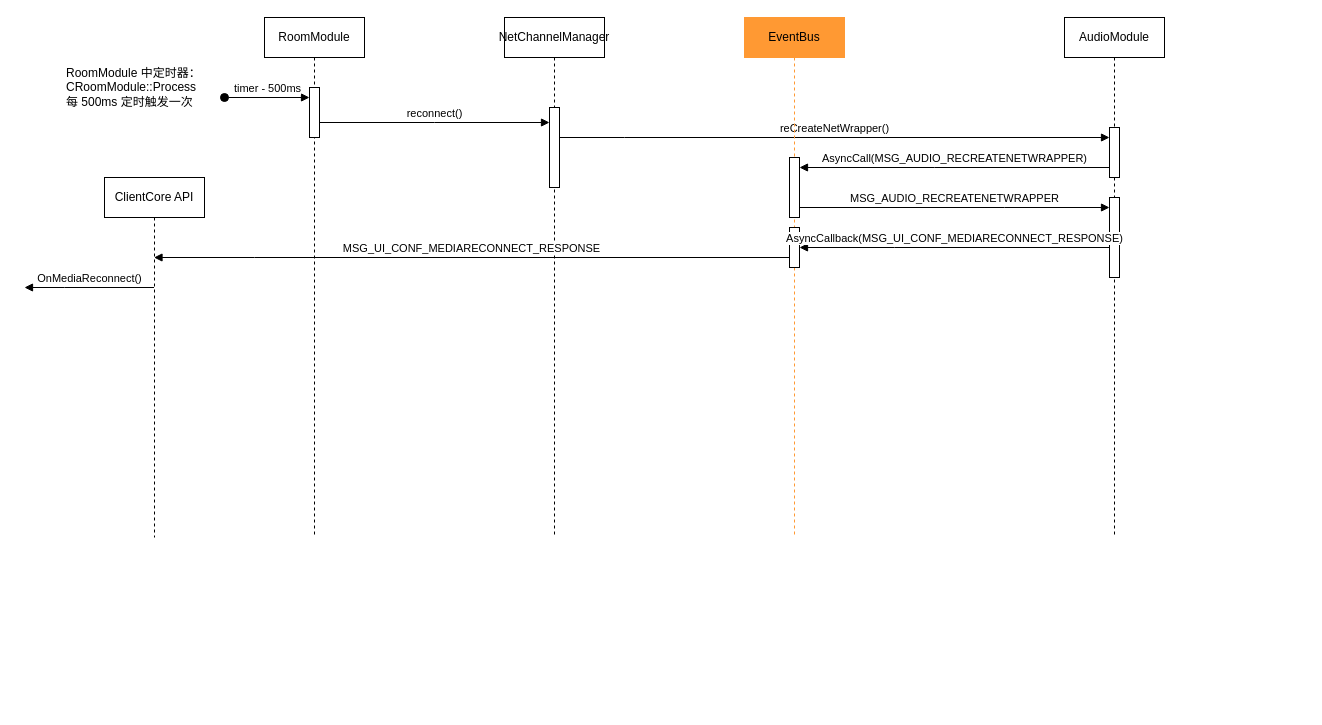
The draw.io diagram audio-reconnect.drawio in cnnop007/arch-docs, before the edit. Source tidied: cells renumbered, new cells numbered last; positions are measured from the earlier drawing's top-left corner, leaving out a move shared by most shapes. Both pictures are drawn from the tidied source at 100%, with x=0, y=0 at pixel (24, 17).
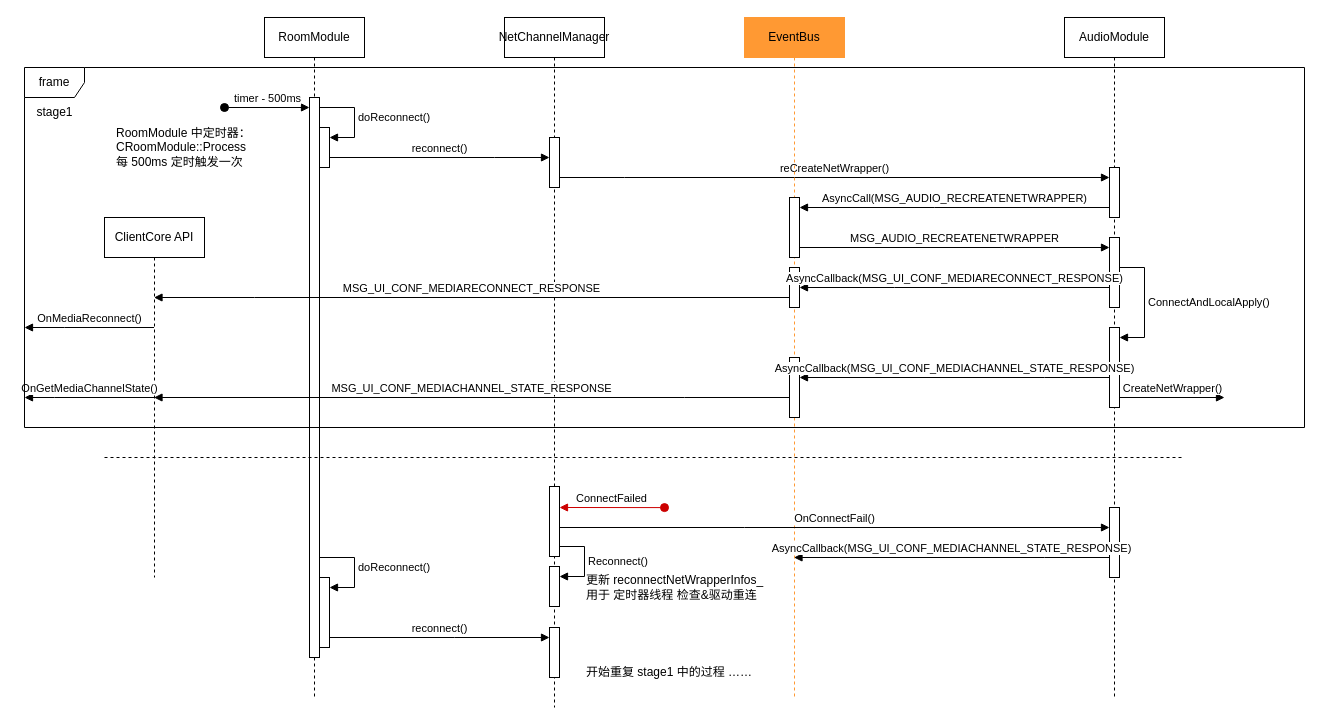
Above is the later version.

Change to the diagram source:
```diff
@@
     <mxCell id="2" value="RoomModule" style="shape=umlLifeline;perimeter=lifelinePerimeter;whiteSpace=wrap;html=1;newEdgeStyle={&quot;edgeStyle&quot;:&quot;elbowEdgeStyle&quot;,&quot;elbow&quot;:&quot;vertical&quot;,&quot;curved&quot;:0,&quot;rounded&quot;:0};" parent="1" vertex="1">
-      <mxGeometry x="240" width="100" height="520" as="geometry" />
+      <mxGeometry x="240" width="100" height="680" as="geometry" />
     </mxCell>
     <mxCell id="3" style="html=1;points=[];perimeter=orthogonalPerimeter;outlineConnect=0;targetShapes=umlLifeline;portConstraint=eastwest;newEdgeStyle={&quot;edgeStyle&quot;:&quot;elbowEdgeStyle&quot;,&quot;elbow&quot;:&quot;vertical&quot;,&quot;curved&quot;:0,&quot;rounded&quot;:0};" parent="2" vertex="1">
-      <mxGeometry x="45" y="70" width="10" height="50" as="geometry" />
+      <mxGeometry x="45" y="80" width="10" height="560" as="geometry" />
     </mxCell>
+    <mxCell id="22" style="html=1;points=[];perimeter=orthogonalPerimeter;outlineConnect=0;targetShapes=umlLifeline;portConstraint=eastwest;newEdgeStyle={&quot;edgeStyle&quot;:&quot;elbowEdgeStyle&quot;,&quot;elbow&quot;:&quot;vertical&quot;,&quot;curved&quot;:0,&quot;rounded&quot;:0};" parent="2" vertex="1">
+      <mxGeometry x="55" y="110" width="10" height="40" as="geometry" />
+    </mxCell>
+    <mxCell id="23" value="doReconnect()" style="html=1;align=left;spacingLeft=2;endArrow=block;rounded=0;edgeStyle=orthogonalEdgeStyle;curved=0;rounded=0;" parent="2" edge="1" source="3" target="22">
+      <mxGeometry relative="1" as="geometry">
+        <Array as="points">
+          <mxPoint x="90" y="90" />
+          <mxPoint x="90" y="120" />
+        </Array>
+      </mxGeometry>
+    </mxCell>
+    <mxCell id="24" style="html=1;points=[];perimeter=orthogonalPerimeter;outlineConnect=0;targetShapes=umlLifeline;portConstraint=eastwest;newEdgeStyle={&quot;edgeStyle&quot;:&quot;elbowEdgeStyle&quot;,&quot;elbow&quot;:&quot;vertical&quot;,&quot;curved&quot;:0,&quot;rounded&quot;:0};" parent="2" vertex="1">
+      <mxGeometry x="55" y="560" width="10" height="70" as="geometry" />
+    </mxCell>
+    <mxCell id="25" value="doReconnect()" style="html=1;align=left;spacingLeft=2;endArrow=block;rounded=0;edgeStyle=orthogonalEdgeStyle;curved=0;rounded=0;" parent="2" edge="1" source="3" target="24">
+      <mxGeometry relative="1" as="geometry">
+        <Array as="points">
+          <mxPoint x="90" y="540" />
+          <mxPoint x="90" y="570" />
+        </Array>
+      </mxGeometry>
+    </mxCell>
-    <mxCell id="4" value="timer - 500ms" style="html=1;verticalAlign=bottom;startArrow=oval;startFill=1;endArrow=block;startSize=8;edgeStyle=elbowEdgeStyle;elbow=vertical;curved=0;rounded=0;" parent="1" edge="1" target="3">
+    <mxCell id="4" value="timer - 500ms" style="html=1;verticalAlign=bottom;startArrow=oval;startFill=1;endArrow=block;startSize=8;edgeStyle=elbowEdgeStyle;elbow=vertical;curved=0;rounded=0;" parent="1" edge="1">
       <mxGeometry relative="1" as="geometry">
-        <mxPoint x="200" y="80" as="sourcePoint" />
+        <mxPoint x="200" y="90" as="sourcePoint" />
+        <mxPoint x="285" y="90" as="targetPoint" />
+        <Array as="points">
+          <mxPoint x="280" y="90" />
+          <mxPoint x="270" y="100" />
+          <mxPoint x="210" y="140" />
+        </Array>
       </mxGeometry>
     </mxCell>
     <mxCell id="5" value="RoomModule 中定时器：&lt;br&gt;CRoomModule::Process&lt;br&gt;每 500ms 定时触发一次" style="text;html=1;align=left;verticalAlign=middle;strokeColor=none;fillColor=none;" parent="1" vertex="1">
-      <mxGeometry x="40" y="40" width="160" height="60" as="geometry" />
+      <mxGeometry x="90" y="100" width="160" height="60" as="geometry" />
     </mxCell>
     <mxCell id="6" value="NetChannelManager" style="shape=umlLifeline;perimeter=lifelinePerimeter;whiteSpace=wrap;html=1;newEdgeStyle={&quot;edgeStyle&quot;:&quot;elbowEdgeStyle&quot;,&quot;elbow&quot;:&quot;vertical&quot;,&quot;curved&quot;:0,&quot;rounded&quot;:0};" parent="1" vertex="1">
-      <mxGeometry x="480" width="100" height="520" as="geometry" />
+      <mxGeometry x="480" width="100" height="690" as="geometry" />
     </mxCell>
     <mxCell id="7" style="html=1;points=[];perimeter=orthogonalPerimeter;outlineConnect=0;targetShapes=umlLifeline;portConstraint=eastwest;newEdgeStyle={&quot;edgeStyle&quot;:&quot;elbowEdgeStyle&quot;,&quot;elbow&quot;:&quot;vertical&quot;,&quot;curved&quot;:0,&quot;rounded&quot;:0};" parent="6" vertex="1">
-      <mxGeometry x="45" y="90" width="10" height="80" as="geometry" />
+      <mxGeometry x="45" y="120" width="10" height="50" as="geometry" />
     </mxCell>
+    <mxCell id="26" style="html=1;points=[];perimeter=orthogonalPerimeter;outlineConnect=0;targetShapes=umlLifeline;portConstraint=eastwest;newEdgeStyle={&quot;edgeStyle&quot;:&quot;elbowEdgeStyle&quot;,&quot;elbow&quot;:&quot;vertical&quot;,&quot;curved&quot;:0,&quot;rounded&quot;:0};" parent="6" vertex="1">
+      <mxGeometry x="45" y="469" width="10" height="70" as="geometry" />
+    </mxCell>
+    <mxCell id="27" style="html=1;points=[];perimeter=orthogonalPerimeter;outlineConnect=0;targetShapes=umlLifeline;portConstraint=eastwest;newEdgeStyle={&quot;edgeStyle&quot;:&quot;elbowEdgeStyle&quot;,&quot;elbow&quot;:&quot;vertical&quot;,&quot;curved&quot;:0,&quot;rounded&quot;:0};" parent="6" vertex="1">
+      <mxGeometry x="45" y="549" width="10" height="40" as="geometry" />
+    </mxCell>
+    <mxCell id="28" value="Reconnect()" style="html=1;align=left;spacingLeft=2;endArrow=block;rounded=0;edgeStyle=orthogonalEdgeStyle;curved=0;rounded=0;" parent="6" edge="1" source="26" target="27">
+      <mxGeometry relative="1" as="geometry">
+        <Array as="points">
+          <mxPoint x="80" y="529" />
+          <mxPoint x="80" y="559" />
+        </Array>
+      </mxGeometry>
+    </mxCell>
+    <mxCell id="29" style="html=1;points=[];perimeter=orthogonalPerimeter;outlineConnect=0;targetShapes=umlLifeline;portConstraint=eastwest;newEdgeStyle={&quot;edgeStyle&quot;:&quot;elbowEdgeStyle&quot;,&quot;elbow&quot;:&quot;vertical&quot;,&quot;curved&quot;:0,&quot;rounded&quot;:0};" parent="6" vertex="1">
+      <mxGeometry x="45" y="610" width="10" height="50" as="geometry" />
+    </mxCell>
-    <mxCell id="8" value="reconnect()" style="html=1;verticalAlign=bottom;endArrow=block;edgeStyle=elbowEdgeStyle;elbow=vertical;curved=0;rounded=0;" parent="1" edge="1" source="3" target="7">
-      <mxGeometry relative="1" as="geometry" />
+    <mxCell id="8" value="reconnect()" style="html=1;verticalAlign=bottom;endArrow=block;edgeStyle=elbowEdgeStyle;elbow=vertical;curved=0;rounded=0;" parent="1" edge="1" source="22" target="7">
+      <mxGeometry relative="1" as="geometry">
+        <Array as="points">
+          <mxPoint x="470" y="140" />
+        </Array>
+      </mxGeometry>
     </mxCell>
     <mxCell id="9" value="AudioModule" style="shape=umlLifeline;perimeter=lifelinePerimeter;whiteSpace=wrap;html=1;newEdgeStyle={&quot;edgeStyle&quot;:&quot;elbowEdgeStyle&quot;,&quot;elbow&quot;:&quot;vertical&quot;,&quot;curved&quot;:0,&quot;rounded&quot;:0};" parent="1" vertex="1">
-      <mxGeometry x="1040" width="100" height="520" as="geometry" />
+      <mxGeometry x="1040" width="100" height="680" as="geometry" />
     </mxCell>
     <mxCell id="10" style="html=1;points=[];perimeter=orthogonalPerimeter;outlineConnect=0;targetShapes=umlLifeline;portConstraint=eastwest;newEdgeStyle={&quot;edgeStyle&quot;:&quot;elbowEdgeStyle&quot;,&quot;elbow&quot;:&quot;vertical&quot;,&quot;curved&quot;:0,&quot;rounded&quot;:0};" parent="9" vertex="1">
-      <mxGeometry x="45" y="110" width="10" height="50" as="geometry" />
+      <mxGeometry x="45" y="150" width="10" height="50" as="geometry" />
     </mxCell>
     <mxCell id="11" style="html=1;points=[];perimeter=orthogonalPerimeter;outlineConnect=0;targetShapes=umlLifeline;portConstraint=eastwest;newEdgeStyle={&quot;edgeStyle&quot;:&quot;elbowEdgeStyle&quot;,&quot;elbow&quot;:&quot;vertical&quot;,&quot;curved&quot;:0,&quot;rounded&quot;:0};" parent="9" vertex="1">
-      <mxGeometry x="45" y="180" width="10" height="80" as="geometry" />
+      <mxGeometry x="45" y="220" width="10" height="70" as="geometry" />
     </mxCell>
+    <mxCell id="30" style="html=1;points=[];perimeter=orthogonalPerimeter;outlineConnect=0;targetShapes=umlLifeline;portConstraint=eastwest;newEdgeStyle={&quot;edgeStyle&quot;:&quot;elbowEdgeStyle&quot;,&quot;elbow&quot;:&quot;vertical&quot;,&quot;curved&quot;:0,&quot;rounded&quot;:0};" parent="9" vertex="1">
+      <mxGeometry x="45" y="310" width="10" height="80" as="geometry" />
+    </mxCell>
+    <mxCell id="31" value="ConnectAndLocalApply()" style="html=1;align=left;spacingLeft=2;endArrow=block;rounded=0;edgeStyle=orthogonalEdgeStyle;curved=0;rounded=0;" parent="9" edge="1" source="11" target="30">
+      <mxGeometry relative="1" as="geometry">
+        <Array as="points">
+          <mxPoint x="80" y="250" />
+          <mxPoint x="80" y="320" />
+        </Array>
+      </mxGeometry>
+    </mxCell>
+    <mxCell id="32" style="html=1;points=[];perimeter=orthogonalPerimeter;outlineConnect=0;targetShapes=umlLifeline;portConstraint=eastwest;newEdgeStyle={&quot;edgeStyle&quot;:&quot;elbowEdgeStyle&quot;,&quot;elbow&quot;:&quot;vertical&quot;,&quot;curved&quot;:0,&quot;rounded&quot;:0};" parent="9" vertex="1">
+      <mxGeometry x="45" y="490" width="10" height="70" as="geometry" />
+    </mxCell>
     <mxCell id="12" value="reCreateNetWrapper()" style="html=1;verticalAlign=bottom;endArrow=block;edgeStyle=elbowEdgeStyle;elbow=vertical;curved=0;rounded=0;" parent="1" edge="1" source="7" target="10">
       <mxGeometry relative="1" as="geometry">
         <Array as="points">
-          <mxPoint x="600" y="120" />
+          <mxPoint x="600" y="160" />
         </Array>
       </mxGeometry>
     </mxCell>
     <mxCell id="13" value="EventBus" style="shape=umlLifeline;perimeter=lifelinePerimeter;whiteSpace=wrap;html=1;outlineConnect=0;portConstraint=eastwest;newEdgeStyle={&quot;edgeStyle&quot;:&quot;elbowEdgeStyle&quot;,&quot;elbow&quot;:&quot;vertical&quot;,&quot;curved&quot;:0,&quot;rounded&quot;:0};fillColor=#FF9933;strokeColor=#FF9933;fontColor=#000000;" parent="1" vertex="1">
-      <mxGeometry x="720" width="100" height="520" as="geometry" />
+      <mxGeometry x="720" width="100" height="680" as="geometry" />
     </mxCell>
     <mxCell id="14" style="html=1;points=[];perimeter=orthogonalPerimeter;outlineConnect=0;targetShapes=umlLifeline;portConstraint=eastwest;newEdgeStyle={&quot;edgeStyle&quot;:&quot;elbowEdgeStyle&quot;,&quot;elbow&quot;:&quot;vertical&quot;,&quot;curved&quot;:0,&quot;rounded&quot;:0};" parent="13" vertex="1">
-      <mxGeometry x="45" y="140" width="10" height="60" as="geometry" />
+      <mxGeometry x="45" y="180" width="10" height="60" as="geometry" />
     </mxCell>
     <mxCell id="15" style="html=1;points=[];perimeter=orthogonalPerimeter;outlineConnect=0;targetShapes=umlLifeline;portConstraint=eastwest;newEdgeStyle={&quot;edgeStyle&quot;:&quot;elbowEdgeStyle&quot;,&quot;elbow&quot;:&quot;vertical&quot;,&quot;curved&quot;:0,&quot;rounded&quot;:0};" parent="13" vertex="1">
-      <mxGeometry x="45" y="210" width="10" height="40" as="geometry" />
+      <mxGeometry x="45" y="250" width="10" height="40" as="geometry" />
     </mxCell>
+    <mxCell id="33" style="html=1;points=[];perimeter=orthogonalPerimeter;outlineConnect=0;targetShapes=umlLifeline;portConstraint=eastwest;newEdgeStyle={&quot;edgeStyle&quot;:&quot;elbowEdgeStyle&quot;,&quot;elbow&quot;:&quot;vertical&quot;,&quot;curved&quot;:0,&quot;rounded&quot;:0};" parent="13" vertex="1">
+      <mxGeometry x="45" y="340" width="10" height="60" as="geometry" />
+    </mxCell>
     <mxCell id="16" value="AsyncCall(MSG_AUDIO_RECREATENETWRAPPER)" style="html=1;verticalAlign=bottom;endArrow=block;edgeStyle=elbowEdgeStyle;elbow=vertical;curved=0;rounded=0;" parent="1" edge="1" source="10" target="14">
       <mxGeometry relative="1" as="geometry">
         <Array as="points">
-          <mxPoint x="910" y="150" />
+          <mxPoint x="910" y="190" />
         </Array>
       </mxGeometry>
     </mxCell>
     <mxCell id="17" value="MSG_UI_CONF_MEDIARECONNECT_RESPONSE" style="html=1;verticalAlign=bottom;endArrow=block;edgeStyle=elbowEdgeStyle;elbow=vertical;curved=0;rounded=0;" parent="1" edge="1" source="15" target="20">
       <mxGeometry relative="1" as="geometry">
         <Array as="points">
-          <mxPoint x="230" y="240" />
+          <mxPoint x="230" y="280" />
         </Array>
       </mxGeometry>
     </mxCell>
     <mxCell id="18" value="MSG_AUDIO_RECREATENETWRAPPER" style="html=1;verticalAlign=bottom;endArrow=block;edgeStyle=elbowEdgeStyle;elbow=vertical;curved=0;rounded=0;" parent="1" edge="1" source="14" target="11">
       <mxGeometry relative="1" as="geometry">
         <Array as="points">
-          <mxPoint x="980" y="190" />
-          <mxPoint x="820" y="200" />
+          <mxPoint x="980" y="230" />
+          <mxPoint x="820" y="240" />
         </Array>
       </mxGeometry>
     </mxCell>
     <mxCell id="19" value="AsyncCallback(MSG_UI_CONF_MEDIARECONNECT_RESPONSE)" style="html=1;verticalAlign=bottom;endArrow=block;edgeStyle=elbowEdgeStyle;elbow=vertical;curved=0;rounded=0;" parent="1" edge="1" source="11" target="15">
       <mxGeometry relative="1" as="geometry">
         <Array as="points">
-          <mxPoint x="870" y="230" />
-          <mxPoint x="890" y="220" />
+          <mxPoint x="870" y="270" />
+          <mxPoint x="890" y="260" />
         </Array>
       </mxGeometry>
     </mxCell>
     <mxCell id="20" value="ClientCore API" style="shape=umlLifeline;perimeter=lifelinePerimeter;whiteSpace=wrap;html=1;outlineConnect=0;portConstraint=eastwest;newEdgeStyle={&quot;edgeStyle&quot;:&quot;elbowEdgeStyle&quot;,&quot;elbow&quot;:&quot;vertical&quot;,&quot;curved&quot;:0,&quot;rounded&quot;:0};" parent="1" vertex="1">
-      <mxGeometry x="80" y="160" width="100" height="360" as="geometry" />
+      <mxGeometry x="80" y="200" width="100" height="360" as="geometry" />
     </mxCell>
     <mxCell id="21" value="OnMediaReconnect()" style="html=1;verticalAlign=bottom;endArrow=block;edgeStyle=elbowEdgeStyle;elbow=vertical;curved=0;rounded=0;" parent="1" edge="1" source="20">
       <mxGeometry relative="1" as="geometry">
-        <mxPoint y="270" as="targetPoint" />
+        <mxPoint y="310" as="targetPoint" />
       </mxGeometry>
     </mxCell>
+    <mxCell id="34" value="AsyncCallback(MSG_UI_CONF_MEDIACHANNEL_STATE_RESPONSE)" style="html=1;verticalAlign=bottom;endArrow=block;edgeStyle=elbowEdgeStyle;elbow=vertical;curved=0;rounded=0;" parent="1" edge="1" source="30" target="33">
+      <mxGeometry relative="1" as="geometry">
+        <Array as="points">
+          <mxPoint x="1020" y="360" />
+          <mxPoint x="890" y="380" />
+        </Array>
+      </mxGeometry>
+    </mxCell>
+    <mxCell id="35" value="MSG_UI_CONF_MEDIACHANNEL_STATE_RESPONSE" style="html=1;verticalAlign=bottom;endArrow=block;edgeStyle=elbowEdgeStyle;elbow=vertical;curved=0;rounded=0;" parent="1" edge="1" source="33" target="20">
+      <mxGeometry relative="1" as="geometry">
+        <Array as="points">
+          <mxPoint x="660" y="380" />
+        </Array>
+      </mxGeometry>
+    </mxCell>
+    <mxCell id="36" value="OnGetMediaChannelState()" style="html=1;verticalAlign=bottom;endArrow=block;edgeStyle=elbowEdgeStyle;elbow=vertical;curved=0;rounded=0;" parent="1" edge="1" source="20">
+      <mxGeometry relative="1" as="geometry">
+        <mxPoint y="380" as="targetPoint" />
+        <Array as="points">
+          <mxPoint x="30" y="380" />
+        </Array>
+      </mxGeometry>
+    </mxCell>
+    <mxCell id="37" value="CreateNetWrapper()" style="html=1;verticalAlign=bottom;endArrow=block;edgeStyle=elbowEdgeStyle;elbow=vertical;curved=0;rounded=0;" parent="1" edge="1" source="30">
+      <mxGeometry relative="1" as="geometry">
+        <mxPoint x="1200" y="380" as="targetPoint" />
+      </mxGeometry>
+    </mxCell>
+    <mxCell id="38" style="endArrow=none;dashed=1;html=1;rounded=0;" parent="1" edge="1">
+      <mxGeometry relative="1" as="geometry">
+        <mxPoint x="80" y="440" as="sourcePoint" />
+        <mxPoint x="1160" y="440" as="targetPoint" />
+      </mxGeometry>
+    </mxCell>
+    <mxCell id="39" value="OnConnectFail()" style="html=1;verticalAlign=bottom;endArrow=block;edgeStyle=elbowEdgeStyle;elbow=vertical;curved=0;rounded=0;" parent="1" edge="1" source="26" target="32">
+      <mxGeometry relative="1" as="geometry">
+        <Array as="points">
+          <mxPoint x="720" y="510" />
+          <mxPoint x="730" y="460" />
+        </Array>
+      </mxGeometry>
+    </mxCell>
+    <mxCell id="40" value="AsyncCallback(MSG_UI_CONF_MEDIACHANNEL_STATE_RESPONSE)" style="html=1;verticalAlign=bottom;endArrow=block;edgeStyle=elbowEdgeStyle;elbow=vertical;curved=0;rounded=0;" parent="1" edge="1" source="32" target="13">
+      <mxGeometry relative="1" as="geometry">
+        <Array as="points">
+          <mxPoint x="1020" y="540" />
+          <mxPoint x="1000" y="530" />
+          <mxPoint x="1020" y="520" />
+        </Array>
+      </mxGeometry>
+    </mxCell>
+    <mxCell id="41" value="更新&amp;nbsp;reconnectNetWrapperInfos_&lt;br&gt;用于 定时器线程 检查&amp;amp;驱动重连" style="text;html=1;align=left;verticalAlign=middle;strokeColor=none;fillColor=none;" parent="1" vertex="1">
+      <mxGeometry x="560" y="550" width="200" height="40" as="geometry" />
+    </mxCell>
+    <mxCell id="42" value="ConnectFailed" style="html=1;verticalAlign=bottom;startArrow=oval;startFill=1;endArrow=block;startSize=8;edgeStyle=elbowEdgeStyle;elbow=vertical;curved=0;rounded=0;strokeColor=#CC0000;" parent="1" edge="1" target="26">
+      <mxGeometry relative="1" as="geometry">
+        <mxPoint x="640" y="490.1" as="sourcePoint" />
+        <Array as="points">
+          <mxPoint x="700" y="490" />
+        </Array>
+      </mxGeometry>
+    </mxCell>
+    <mxCell id="43" value="reconnect()" style="html=1;verticalAlign=bottom;endArrow=block;edgeStyle=elbowEdgeStyle;elbow=vertical;curved=0;rounded=0;" parent="1" edge="1" source="24" target="29">
+      <mxGeometry relative="1" as="geometry">
+        <Array as="points">
+          <mxPoint x="430" y="620" />
+          <mxPoint x="330" y="640" />
+        </Array>
+      </mxGeometry>
+    </mxCell>
+    <mxCell id="44" value="开始重复 stage1 中的过程 ……" style="text;html=1;align=left;verticalAlign=middle;strokeColor=none;fillColor=none;" parent="1" vertex="1">
+      <mxGeometry x="560" y="640" width="190" height="30" as="geometry" />
+    </mxCell>
+    <mxCell id="45" value="frame" style="shape=umlFrame;whiteSpace=wrap;html=1;" parent="1" vertex="1">
+      <mxGeometry y="50" width="1280" height="360" as="geometry" />
+    </mxCell>
+    <mxCell id="46" value="stage1" style="text;html=1;align=center;verticalAlign=middle;strokeColor=none;fillColor=none;" parent="1" vertex="1">
+      <mxGeometry y="80" width="60" height="30" as="geometry" />
+    </mxCell>
```
